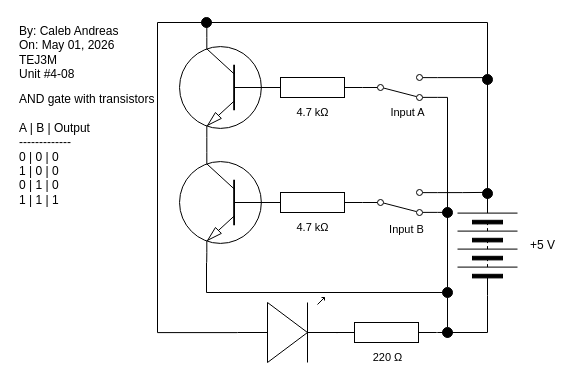
Earlier version of the draw.io diagram Unit-4-Lesson-08/and_gate_transistors_diagram.drawio (Caleb-Andreas/TEJ3M-Unit-4). Source tidied: cells renumbered, new cells numbered last; positions are measured from the earlier drawing's top-left corner, leaving out a move shared by most shapes. Both pictures are drawn from the tidied source at 100%, with x=0, y=0 at pixel (17, 17).
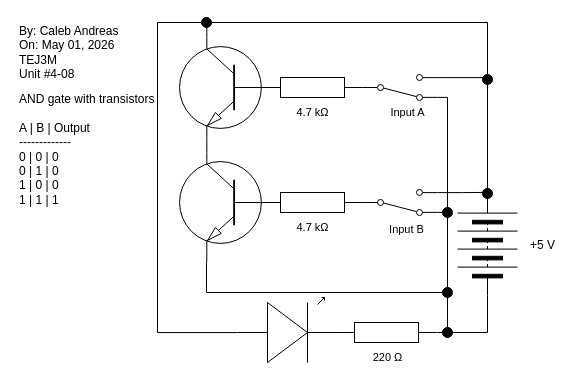
After the change.

Commit message:
fixed truth table

Change to the diagram source:
```diff
@@
-    <mxCell id="9" value="AND gate with transistors&lt;br&gt;&lt;div&gt;&lt;font color=&quot;#000000&quot;&gt;&lt;br&gt;&lt;/font&gt;&lt;div&gt;A | B | Output&lt;/div&gt;&lt;div&gt;-------------&lt;/div&gt;&lt;div&gt;0 | 0 | 0&lt;/div&gt;&lt;div&gt;1 | 0 | 0&lt;/div&gt;&lt;/div&gt;&lt;div&gt;0 | 1 | 0&lt;/div&gt;&lt;div&gt;1 | 1 | 1&lt;/div&gt;" style="text;html=1;align=left;verticalAlign=middle;strokeColor=none;fillColor=none;" parent="1" vertex="1">
+    <mxCell id="9" value="AND gate with transistors&lt;br&gt;&lt;div&gt;&lt;font color=&quot;#000000&quot;&gt;&lt;br&gt;&lt;/font&gt;&lt;div&gt;A | B | Output&lt;/div&gt;&lt;div&gt;-------------&lt;/div&gt;&lt;div&gt;0 | 0 | 0&lt;/div&gt;&lt;div&gt;0 | 1 | 0&lt;/div&gt;&lt;/div&gt;&lt;div&gt;1 | 0 | 0&lt;/div&gt;&lt;div&gt;1 | 1 | 1&lt;/div&gt;" style="text;html=1;align=left;verticalAlign=middle;strokeColor=none;fillColor=none;" parent="1" vertex="1">
       <mxGeometry y="67" width="160" height="130" as="geometry" />
     </mxCell>
```
